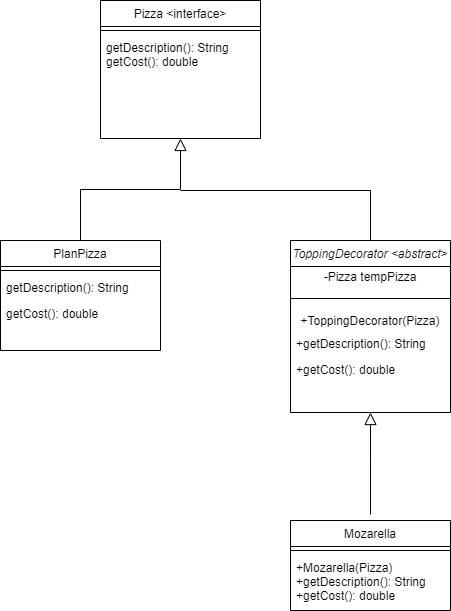
Above: DecoratorDesignPatternPizza.png in BartinM/Bartin (draw.io), before the change. Source tidied: cells renumbered, new cells last; positions are measured from the earlier drawing's top-left corner, leaving out a move shared by most shapes. Source of this version:
```xml
<mxGraphModel>
  <root>
    <mxCell id="0" />
    <mxCell id="1" parent="0" />
    <mxCell id="2" value="Pizza &lt;interface&gt;" style="swimlane;fontStyle=0;align=center;verticalAlign=top;horizontal=1;startSize=26;rounded=0;shadow=0;strokeWidth=1;" parent="1" vertex="1">
      <mxGeometry x="100" width="160" height="138" as="geometry" />
    </mxCell>
    <mxCell id="3" style="line;html=1;strokeWidth=1;align=left;verticalAlign=middle;spacingTop=-1;spacingLeft=3;spacingRight=3;labelPosition=right;" parent="2" vertex="1">
      <mxGeometry y="26" width="160" height="8" as="geometry" />
    </mxCell>
    <mxCell id="4" value="getDescription(): String&#10;getCost(): double" style="text;align=left;verticalAlign=top;spacingLeft=4;spacingRight=4;overflow=hidden;" parent="2" vertex="1">
      <mxGeometry y="34" width="160" height="46" as="geometry" />
    </mxCell>
    <mxCell id="5" value="PlanPizza" style="swimlane;fontStyle=0;align=center;verticalAlign=top;horizontal=1;startSize=26;rounded=0;shadow=0;strokeWidth=1;" parent="1" vertex="1">
      <mxGeometry y="240" width="160" height="110" as="geometry" />
    </mxCell>
    <mxCell id="6" style="line;html=1;strokeWidth=1;align=left;verticalAlign=middle;spacingTop=-1;spacingLeft=3;spacingRight=3;labelPosition=right;" parent="5" vertex="1">
      <mxGeometry y="26" width="160" height="8" as="geometry" />
    </mxCell>
    <mxCell id="7" value="getDescription(): String" style="text;align=left;verticalAlign=top;spacingLeft=4;spacingRight=4;overflow=hidden;fontStyle=0;" parent="5" vertex="1">
      <mxGeometry y="34" width="160" height="26" as="geometry" />
    </mxCell>
    <mxCell id="8" value="getCost(): double" style="text;align=left;verticalAlign=top;spacingLeft=4;spacingRight=4;overflow=hidden;" parent="5" vertex="1">
      <mxGeometry y="60" width="160" height="26" as="geometry" />
    </mxCell>
    <mxCell id="9" style="endArrow=block;endSize=10;endFill=0;shadow=0;strokeWidth=1;rounded=0;edgeStyle=elbowEdgeStyle;elbow=vertical;" parent="1" edge="1" source="5" target="2">
      <mxGeometry relative="1" as="geometry" />
    </mxCell>
    <mxCell id="10" value="ToppingDecorator &lt;abstract&gt;" style="swimlane;fontStyle=2;align=center;verticalAlign=top;horizontal=1;startSize=26;rounded=0;shadow=0;strokeWidth=1;" parent="1" vertex="1">
      <mxGeometry x="290" y="240" width="160" height="172" as="geometry" />
    </mxCell>
    <mxCell id="11" value="-Pizza tempPizza" style="text;html=1;strokeColor=none;fillColor=none;align=center;verticalAlign=middle;whiteSpace=wrap;rounded=0;" parent="10" vertex="1">
      <mxGeometry y="26" width="160" height="20" as="geometry" />
    </mxCell>
    <mxCell id="12" style="line;html=1;strokeWidth=1;align=left;verticalAlign=middle;spacingTop=-1;spacingLeft=3;spacingRight=3;labelPosition=right;" parent="10" vertex="1">
      <mxGeometry y="46" width="160" height="24" as="geometry" />
    </mxCell>
    <mxCell id="13" value="+ToppingDecorator(Pizza)" style="text;html=1;strokeColor=none;fillColor=none;align=center;verticalAlign=middle;whiteSpace=wrap;rounded=0;" parent="10" vertex="1">
      <mxGeometry y="70" width="160" height="20" as="geometry" />
    </mxCell>
    <mxCell id="14" value="+getDescription(): String" style="text;align=left;verticalAlign=top;spacingLeft=4;spacingRight=4;overflow=hidden;fontStyle=0;" parent="10" vertex="1">
      <mxGeometry y="90" width="160" height="26" as="geometry" />
    </mxCell>
    <mxCell id="15" value="+getCost(): double" style="text;align=left;verticalAlign=top;spacingLeft=4;spacingRight=4;overflow=hidden;" parent="10" vertex="1">
      <mxGeometry y="116" width="160" height="26" as="geometry" />
    </mxCell>
    <mxCell id="16" style="endArrow=none;html=1;" parent="1" edge="1">
      <mxGeometry relative="1" as="geometry">
        <mxPoint x="370" y="190" as="sourcePoint" />
        <mxPoint x="180" y="190" as="targetPoint" />
      </mxGeometry>
    </mxCell>
    <mxCell id="17" style="endArrow=none;html=1;exitX=0.5;exitY=0;exitDx=0;exitDy=0;" parent="1" edge="1" source="10">
      <mxGeometry relative="1" as="geometry">
        <mxPoint x="370" y="190" as="targetPoint" />
      </mxGeometry>
    </mxCell>
    <mxCell id="18" style="endArrow=block;endSize=10;endFill=0;shadow=0;strokeWidth=1;rounded=0;edgeStyle=elbowEdgeStyle;elbow=vertical;" parent="1" edge="1">
      <mxGeometry relative="1" as="geometry">
        <mxPoint x="370" y="514" as="sourcePoint" />
        <mxPoint x="370" y="412" as="targetPoint" />
      </mxGeometry>
    </mxCell>
    <mxCell id="19" value="Mozarella" style="swimlane;fontStyle=0;align=center;verticalAlign=top;horizontal=1;startSize=26;rounded=0;shadow=0;strokeWidth=1;" parent="1" vertex="1">
      <mxGeometry x="290" y="520" width="160" height="90" as="geometry" />
    </mxCell>
    <mxCell id="20" style="line;html=1;strokeWidth=1;align=left;verticalAlign=middle;spacingTop=-1;spacingLeft=3;spacingRight=3;labelPosition=right;" parent="19" vertex="1">
      <mxGeometry y="26" width="160" height="8" as="geometry" />
    </mxCell>
    <mxCell id="21" value="+Mozarella(Pizza)&#10;+getDescription(): String&#10;+getCost(): double" style="text;align=left;verticalAlign=top;spacingLeft=4;spacingRight=4;overflow=hidden;" parent="19" vertex="1">
      <mxGeometry y="34" width="160" height="46" as="geometry" />
    </mxCell>
  </root>
</mxGraphModel>
```
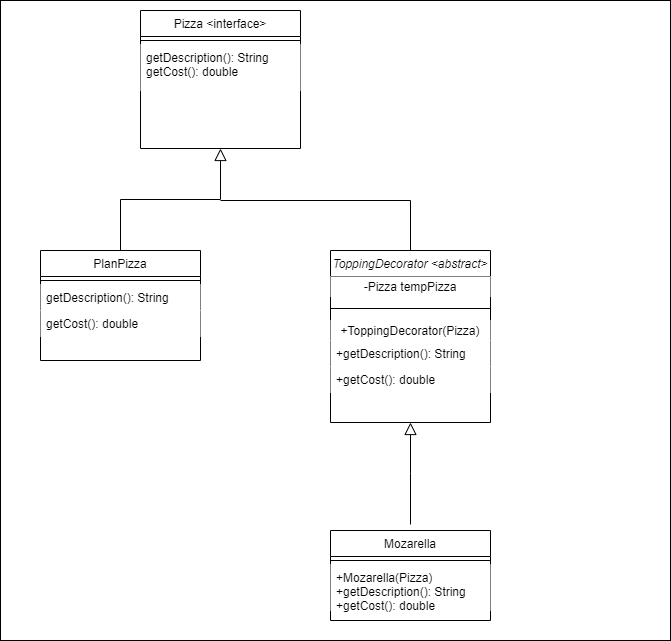
After the change.

Change to the diagram source:
```diff
@@ -2,13 +2,16 @@
   <root>
     <mxCell id="0" />
     <mxCell id="1" parent="0" />
+    <mxCell id="22" style="rounded=0;whiteSpace=wrap;html=1;fillColor=#ffffff;" parent="1" vertex="1">
+      <mxGeometry x="-40" y="-10" width="670" height="640" as="geometry" />
+    </mxCell>
     <mxCell id="2" value="Pizza &lt;interface&gt;" style="swimlane;fontStyle=0;align=center;verticalAlign=top;horizontal=1;startSize=26;rounded=0;shadow=0;strokeWidth=1;" parent="1" vertex="1">
       <mxGeometry x="100" width="160" height="138" as="geometry" />
     </mxCell>
     <mxCell id="3" style="line;html=1;strokeWidth=1;align=left;verticalAlign=middle;spacingTop=-1;spacingLeft=3;spacingRight=3;labelPosition=right;" parent="2" vertex="1">
       <mxGeometry y="26" width="160" height="8" as="geometry" />
     </mxCell>
-    <mxCell id="4" value="getDescription(): String&#10;getCost(): double" style="text;align=left;verticalAlign=top;spacingLeft=4;spacingRight=4;overflow=hidden;" parent="2" vertex="1">
+    <mxCell id="4" value="getDescription(): String&#10;getCost(): double" style="text;align=left;verticalAlign=top;spacingLeft=4;spacingRight=4;overflow=hidden;fillColor=#ffffff;" parent="2" vertex="1">
       <mxGeometry y="34" width="160" height="46" as="geometry" />
     </mxCell>
     <mxCell id="5" value="PlanPizza" style="swimlane;fontStyle=0;align=center;verticalAlign=top;horizontal=1;startSize=26;rounded=0;shadow=0;strokeWidth=1;" parent="1" vertex="1">
@@ -17,10 +20,10 @@
     <mxCell id="6" style="line;html=1;strokeWidth=1;align=left;verticalAlign=middle;spacingTop=-1;spacingLeft=3;spacingRight=3;labelPosition=right;" parent="5" vertex="1">
       <mxGeometry y="26" width="160" height="8" as="geometry" />
     </mxCell>
-    <mxCell id="7" value="getDescription(): String" style="text;align=left;verticalAlign=top;spacingLeft=4;spacingRight=4;overflow=hidden;fontStyle=0;" parent="5" vertex="1">
+    <mxCell id="7" value="getDescription(): String" style="text;align=left;verticalAlign=top;spacingLeft=4;spacingRight=4;overflow=hidden;fontStyle=0;fillColor=#ffffff;" parent="5" vertex="1">
       <mxGeometry y="34" width="160" height="26" as="geometry" />
     </mxCell>
-    <mxCell id="8" value="getCost(): double" style="text;align=left;verticalAlign=top;spacingLeft=4;spacingRight=4;overflow=hidden;" parent="5" vertex="1">
+    <mxCell id="8" value="getCost(): double" style="text;align=left;verticalAlign=top;spacingLeft=4;spacingRight=4;overflow=hidden;fillColor=#ffffff;" parent="5" vertex="1">
       <mxGeometry y="60" width="160" height="26" as="geometry" />
     </mxCell>
     <mxCell id="9" style="endArrow=block;endSize=10;endFill=0;shadow=0;strokeWidth=1;rounded=0;edgeStyle=elbowEdgeStyle;elbow=vertical;" parent="1" edge="1" source="5" target="2">
@@ -29,19 +32,19 @@
     <mxCell id="10" value="ToppingDecorator &lt;abstract&gt;" style="swimlane;fontStyle=2;align=center;verticalAlign=top;horizontal=1;startSize=26;rounded=0;shadow=0;strokeWidth=1;" parent="1" vertex="1">
       <mxGeometry x="290" y="240" width="160" height="172" as="geometry" />
     </mxCell>
-    <mxCell id="11" value="-Pizza tempPizza" style="text;html=1;strokeColor=none;fillColor=none;align=center;verticalAlign=middle;whiteSpace=wrap;rounded=0;" parent="10" vertex="1">
+    <mxCell id="11" value="-Pizza tempPizza" style="text;html=1;align=center;verticalAlign=middle;whiteSpace=wrap;rounded=0;fillColor=#ffffff;" parent="10" vertex="1">
       <mxGeometry y="26" width="160" height="20" as="geometry" />
     </mxCell>
     <mxCell id="12" style="line;html=1;strokeWidth=1;align=left;verticalAlign=middle;spacingTop=-1;spacingLeft=3;spacingRight=3;labelPosition=right;" parent="10" vertex="1">
       <mxGeometry y="46" width="160" height="24" as="geometry" />
     </mxCell>
-    <mxCell id="13" value="+ToppingDecorator(Pizza)" style="text;html=1;strokeColor=none;fillColor=none;align=center;verticalAlign=middle;whiteSpace=wrap;rounded=0;" parent="10" vertex="1">
+    <mxCell id="13" value="+ToppingDecorator(Pizza)" style="text;html=1;align=center;verticalAlign=middle;whiteSpace=wrap;rounded=0;fillColor=#ffffff;" parent="10" vertex="1">
       <mxGeometry y="70" width="160" height="20" as="geometry" />
     </mxCell>
-    <mxCell id="14" value="+getDescription(): String" style="text;align=left;verticalAlign=top;spacingLeft=4;spacingRight=4;overflow=hidden;fontStyle=0;" parent="10" vertex="1">
+    <mxCell id="14" value="+getDescription(): String" style="text;align=left;verticalAlign=top;spacingLeft=4;spacingRight=4;overflow=hidden;fontStyle=0;fillColor=#ffffff;" parent="10" vertex="1">
       <mxGeometry y="90" width="160" height="26" as="geometry" />
     </mxCell>
-    <mxCell id="15" value="+getCost(): double" style="text;align=left;verticalAlign=top;spacingLeft=4;spacingRight=4;overflow=hidden;" parent="10" vertex="1">
+    <mxCell id="15" value="+getCost(): double" style="text;align=left;verticalAlign=top;spacingLeft=4;spacingRight=4;overflow=hidden;fillColor=#ffffff;" parent="10" vertex="1">
       <mxGeometry y="116" width="160" height="26" as="geometry" />
     </mxCell>
     <mxCell id="16" style="endArrow=none;html=1;" parent="1" edge="1">
@@ -67,7 +70,7 @@
     <mxCell id="20" style="line;html=1;strokeWidth=1;align=left;verticalAlign=middle;spacingTop=-1;spacingLeft=3;spacingRight=3;labelPosition=right;" parent="19" vertex="1">
       <mxGeometry y="26" width="160" height="8" as="geometry" />
     </mxCell>
-    <mxCell id="21" value="+Mozarella(Pizza)&#10;+getDescription(): String&#10;+getCost(): double" style="text;align=left;verticalAlign=top;spacingLeft=4;spacingRight=4;overflow=hidden;" parent="19" vertex="1">
+    <mxCell id="21" value="+Mozarella(Pizza)&#10;+getDescription(): String&#10;+getCost(): double" style="text;align=left;verticalAlign=top;spacingLeft=4;spacingRight=4;overflow=hidden;fillColor=#ffffff;" parent="19" vertex="1">
       <mxGeometry y="34" width="160" height="46" as="geometry" />
     </mxCell>
   </root>
```
